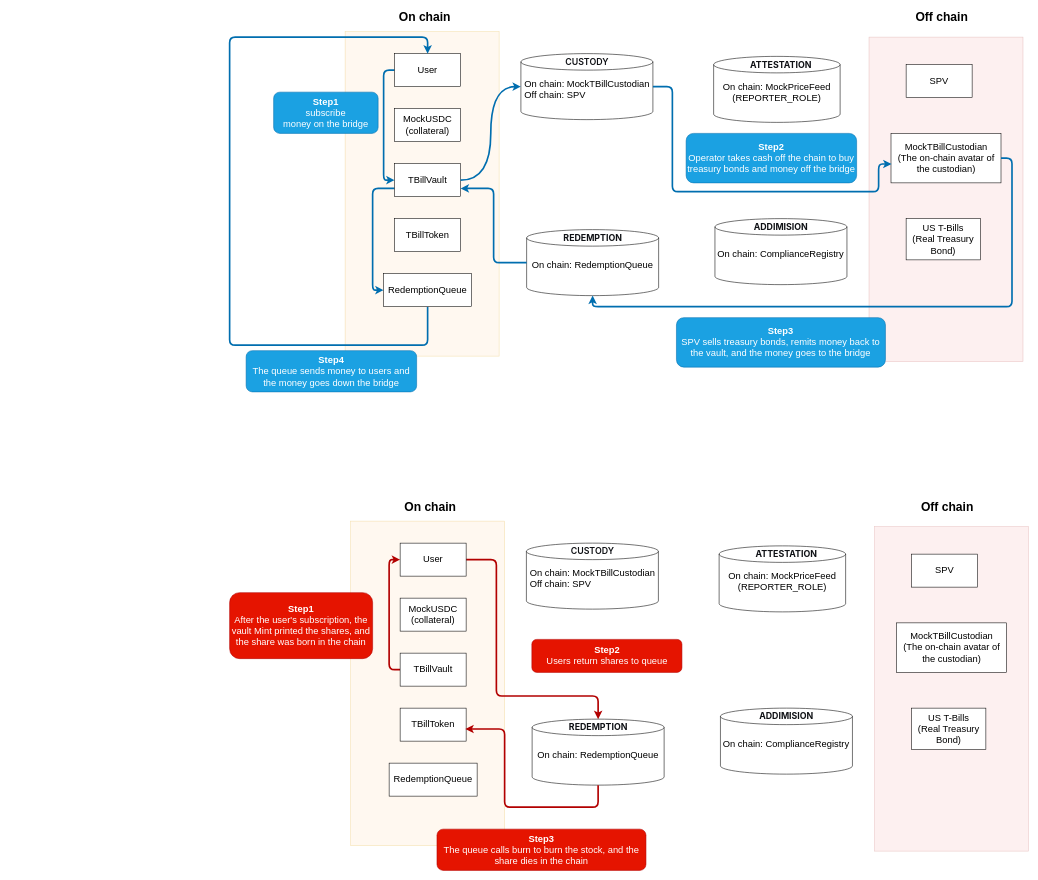
Before: Picture(Screenshots)/未命名绘图.drawio in xiaomangli69-max/rwa-lab-2026, a draw.io diagram. Source tidied: cells renumbered, new cells numbered last; positions are measured from the earlier drawing's top-left corner, leaving out a move shared by most shapes. Both pictures are drawn from the tidied source at 55%, with x=0, y=0 at pixel (229, 9).
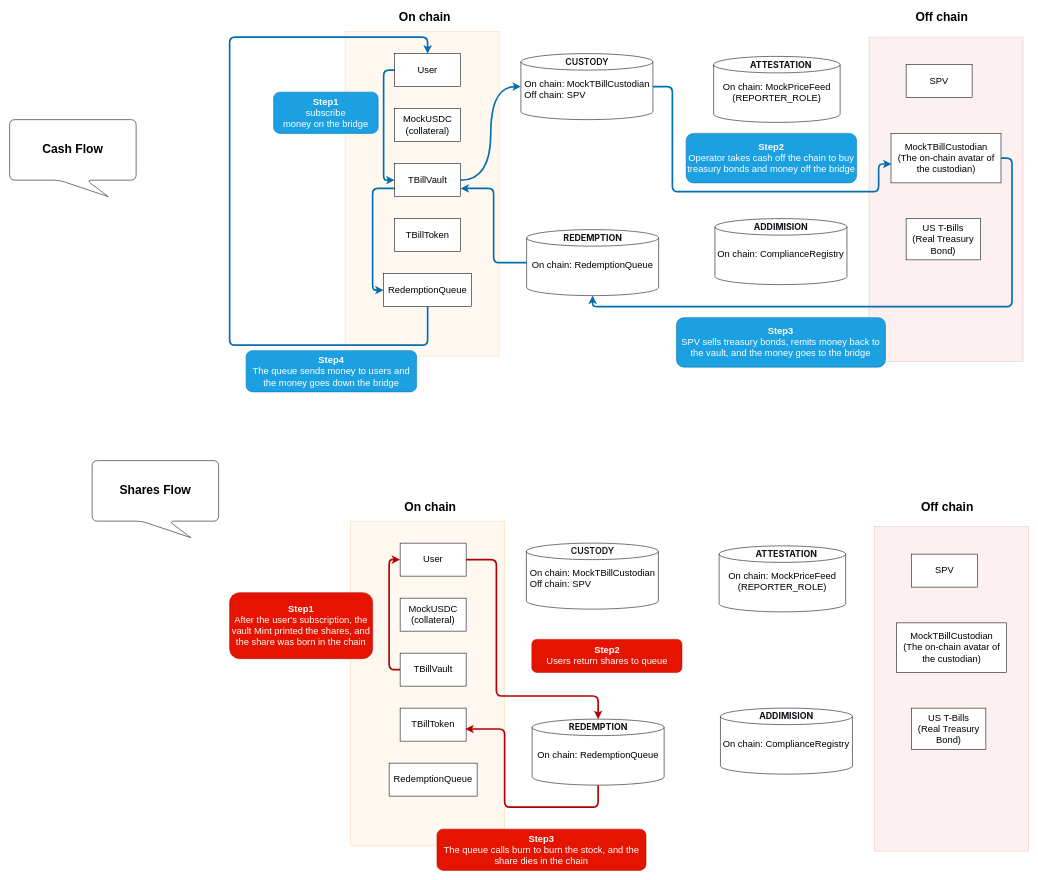
The same page after the edit.

Commit message:
更新未命名绘图.drawio

Change to the diagram source:
```diff
@@
+    <mxCell id="67" value="&lt;font style=&quot;font-size: 22px;&quot;&gt;&lt;b&gt;Cash Flow&lt;/b&gt;&lt;/font&gt;" style="shape=callout;whiteSpace=wrap;html=1;perimeter=calloutPerimeter;position2=0.78;size=30;position=0.39;base=50;rounded=1;roundedPerimeter=1;" parent="1" vertex="1">
+      <mxGeometry x="-400" y="200" width="230" height="140" as="geometry" />
+    </mxCell>
+    <mxCell id="68" value="&lt;font style=&quot;font-size: 22px;&quot;&gt;&lt;b&gt;Shares Flow&lt;/b&gt;&lt;/font&gt;" style="shape=callout;whiteSpace=wrap;html=1;perimeter=calloutPerimeter;position2=0.78;size=30;position=0.39;base=50;rounded=1;roundedPerimeter=1;" parent="1" vertex="1">
+      <mxGeometry x="-250" y="820" width="230" height="140" as="geometry" />
+    </mxCell>
```
